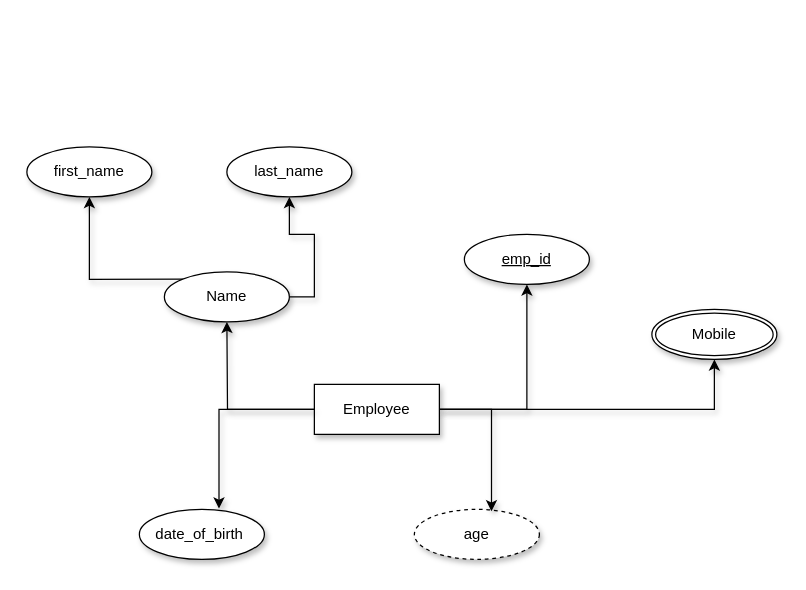
This is page "Page-1" (1 of 3) of Untitled Diagram.drawio from Vidushicodes123/Flowchartsss, a draw.io file, before an edit. Source tidied: cells renumbered, new cells numbered last; positions are measured from the earlier drawing's top-left corner, leaving out a move shared by most shapes. Both pictures are drawn from the tidied source at 125%, with x=0, y=0 at pixel (26, 146).
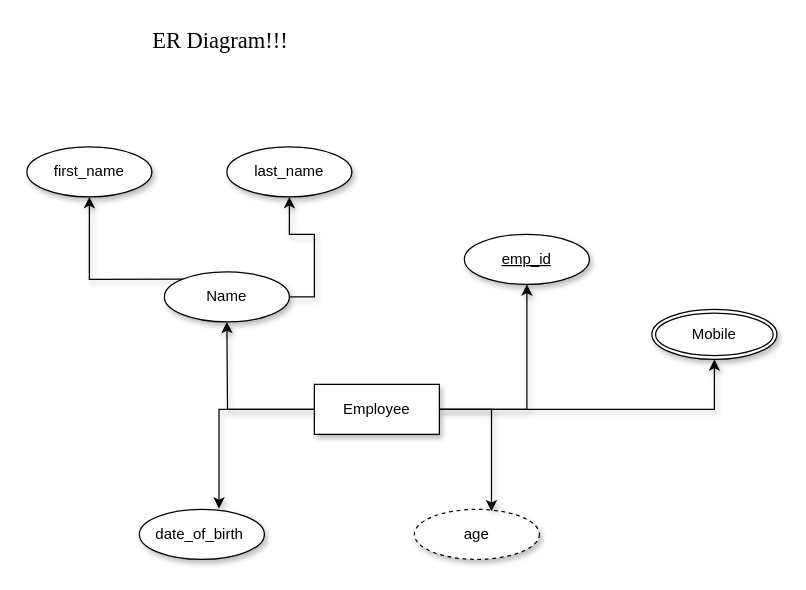
The same diagram, later.

Change to the diagram source:
```diff
@@
 <mxGraphModel>
   <root>
     <mxCell id="0" />
     <mxCell id="1" parent="0" />
     <mxCell id="2" style="edgeStyle=orthogonalEdgeStyle;rounded=0;jettySize=auto;html=1;shadow=1;shape=filledEdge;" parent="1" edge="1" source="5">
       <mxGeometry relative="1" as="geometry">
         <mxPoint x="160" y="140" as="targetPoint" />
       </mxGeometry>
     </mxCell>
     <mxCell id="3" style="edgeStyle=orthogonalEdgeStyle;rounded=0;jettySize=auto;html=1;shadow=1;shape=filledEdge;" parent="1" edge="1" source="5" target="15">
       <mxGeometry relative="1" as="geometry" />
     </mxCell>
     <mxCell id="4" style="edgeStyle=orthogonalEdgeStyle;rounded=0;jettySize=auto;html=1;exitX=1;exitY=0.5;exitDx=0;exitDy=0;entryX=0.5;entryY=1;entryDx=0;entryDy=0;shadow=1;shape=filledEdge;" parent="1" edge="1" source="5" target="16">
       <mxGeometry relative="1" as="geometry" />
     </mxCell>
     <mxCell id="5" value="Employee" style="whiteSpace=wrap;html=1;align=center;rounded=0;glass=0;shadow=1;" parent="1" vertex="1">
       <mxGeometry x="230" y="190" width="100" height="40" as="geometry" />
     </mxCell>
     <mxCell id="6" style="edgeStyle=orthogonalEdgeStyle;rounded=0;jettySize=auto;html=1;exitX=0;exitY=0;exitDx=0;exitDy=0;entryX=0.5;entryY=1;entryDx=0;entryDy=0;shadow=1;shape=filledEdge;" parent="1" edge="1" source="7" target="12">
       <mxGeometry relative="1" as="geometry" />
     </mxCell>
     <mxCell id="7" value="Name" style="ellipse;whiteSpace=wrap;html=1;align=center;shadow=1;" parent="1" vertex="1">
       <mxGeometry x="110" y="100" width="100" height="40" as="geometry" />
     </mxCell>
     <mxCell id="8" value="date_of_birth&amp;nbsp;" style="ellipse;whiteSpace=wrap;html=1;align=center;shadow=1;" parent="1" vertex="1">
       <mxGeometry x="90" y="290" width="100" height="40" as="geometry" />
     </mxCell>
     <mxCell id="9" style="edgeStyle=orthogonalEdgeStyle;rounded=0;jettySize=auto;html=1;exitX=0;exitY=0.5;exitDx=0;exitDy=0;entryX=0.637;entryY=-0.017;entryDx=0;entryDy=0;entryPerimeter=0;shadow=1;shape=filledEdge;" parent="1" edge="1" source="5" target="8">
       <mxGeometry relative="1" as="geometry" />
     </mxCell>
     <mxCell id="10" value="age" style="ellipse;whiteSpace=wrap;html=1;align=center;dashed=1;shadow=1;" parent="1" vertex="1">
       <mxGeometry x="310" y="290" width="100" height="40" as="geometry" />
     </mxCell>
     <mxCell id="11" style="edgeStyle=orthogonalEdgeStyle;rounded=0;jettySize=auto;html=1;exitX=1;exitY=0.5;exitDx=0;exitDy=0;entryX=0.617;entryY=0.038;entryDx=0;entryDy=0;entryPerimeter=0;shadow=1;shape=filledEdge;" parent="1" edge="1" source="5" target="10">
       <mxGeometry relative="1" as="geometry" />
     </mxCell>
     <mxCell id="12" value="first_name" style="ellipse;whiteSpace=wrap;html=1;align=center;shadow=1;" parent="1" vertex="1">
       <mxGeometry width="100" height="40" as="geometry" />
     </mxCell>
     <mxCell id="13" value="last_name" style="ellipse;whiteSpace=wrap;html=1;align=center;shadow=1;" parent="1" vertex="1">
       <mxGeometry x="160" width="100" height="40" as="geometry" />
     </mxCell>
     <mxCell id="14" style="edgeStyle=orthogonalEdgeStyle;rounded=0;jettySize=auto;html=1;exitX=1;exitY=0.5;exitDx=0;exitDy=0;shadow=1;shape=filledEdge;" parent="1" edge="1" source="7" target="13">
       <mxGeometry relative="1" as="geometry" />
     </mxCell>
     <mxCell id="15" value="emp_id" style="ellipse;whiteSpace=wrap;html=1;align=center;fontStyle=4;shadow=1;" parent="1" vertex="1">
       <mxGeometry x="350" y="70" width="100" height="40" as="geometry" />
     </mxCell>
     <mxCell id="16" value="Mobile" style="ellipse;shape=doubleEllipse;margin=3;whiteSpace=wrap;html=1;align=center;shadow=1;" parent="1" vertex="1">
       <mxGeometry x="500" y="130" width="100" height="40" as="geometry" />
     </mxCell>
+    <mxCell id="17" value="&lt;font face=&quot;Garamond&quot; style=&quot;font-size: 18px;&quot;&gt;ER Diagram!!!&lt;/font&gt;" style="text;html=1;whiteSpace=wrap;strokeColor=none;fillColor=none;align=center;verticalAlign=middle;rounded=0;" parent="1" vertex="1">
+      <mxGeometry x="60" y="-100" width="190" height="30" as="geometry" />
+    </mxCell>
   </root>
 </mxGraphModel>
```
